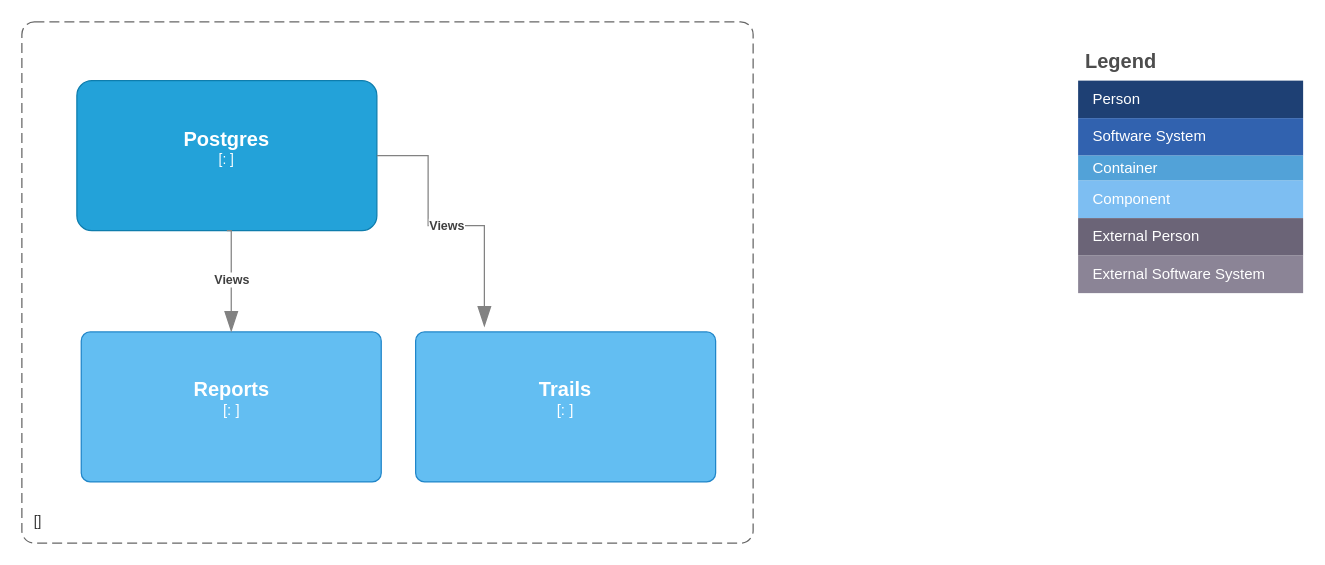
Before: docs/C4/postgresomponent-C4.drawio in bartelsjoshuac/Corduroy, a draw.io diagram. Source tidied: cells renumbered, new cells numbered last; positions are measured from the earlier drawing's top-left corner, leaving out a move shared by most shapes. Both pictures are drawn from the tidied source at 125%, with x=0, y=0 at pixel (21, 21).
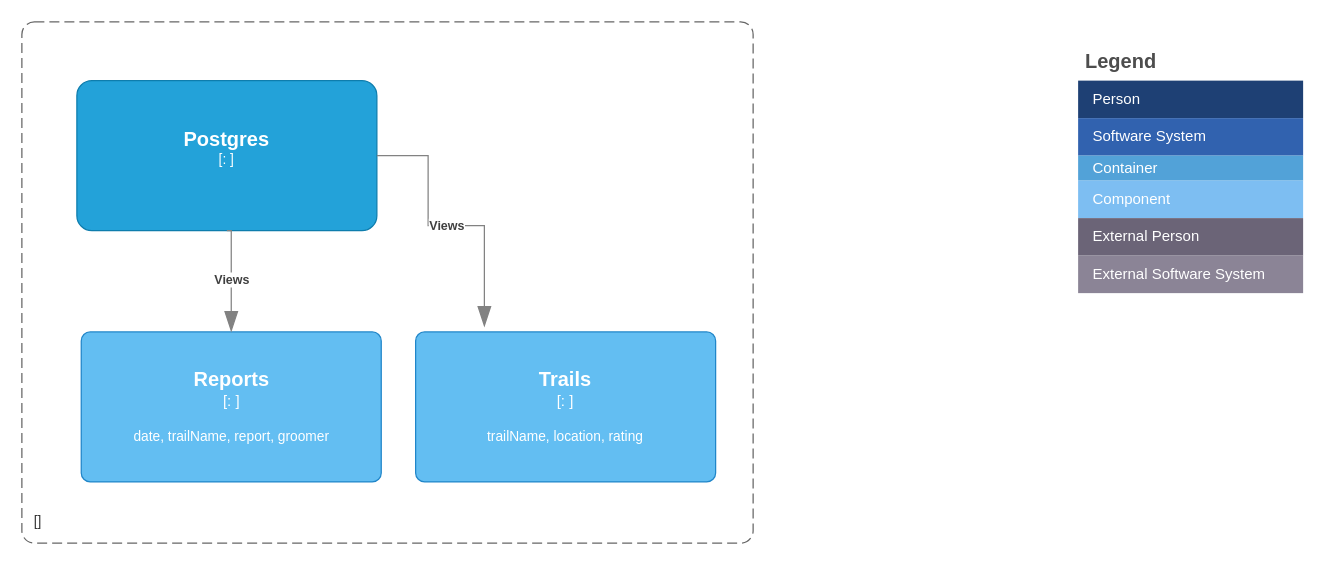
The same page after the edit.

Change to the diagram source:
```diff
@@
-    <object id="17" label="&lt;font style=&quot;font-size: 16px&quot;&gt;&lt;b&gt;%c4Name%&lt;/b&gt;&lt;/font&gt;&lt;div&gt;[%c4Type%: %c4Technology%]&lt;/div&gt;&lt;br&gt;&lt;div&gt;&lt;font style=&quot;font-size: 11px&quot;&gt;%c4Description%&lt;/font&gt;&lt;/div&gt;" c4Description="" c4Name="Reports" c4Technology="" c4Type="" placeholders="1">
+    <object id="17" label="&lt;font style=&quot;font-size: 16px&quot;&gt;&lt;b&gt;%c4Name%&lt;/b&gt;&lt;/font&gt;&lt;div&gt;[%c4Type%: %c4Technology%]&lt;/div&gt;&lt;br&gt;&lt;div&gt;&lt;font style=&quot;font-size: 11px&quot;&gt;%c4Description%&lt;/font&gt;&lt;/div&gt;" c4Description="date, trailName, report, groomer" c4Name="Reports" c4Technology="" c4Type="" placeholders="1">
       <mxCell style="rounded=1;whiteSpace=wrap;html=1;labelBackgroundColor=none;fillColor=#63BEF2;fontColor=#ffffff;align=center;arcSize=6;strokeColor=#2086C9;points=[[0.25,0,0],[0.5,0,0],[0.75,0,0],[1,0.25,0],[1,0.5,0],[1,0.75,0],[0.75,1,0],[0.5,1,0],[0.25,1,0],[0,0.75,0],[0,0.5,0],[0,0.25,0]];" parent="1" vertex="1">
         <mxGeometry x="47.5" y="248" width="240" height="120" as="geometry" />
       </mxCell>
     </object>
@@
-    <object id="19" label="&lt;font style=&quot;font-size: 16px&quot;&gt;&lt;b&gt;%c4Name%&lt;/b&gt;&lt;/font&gt;&lt;div&gt;[%c4Type%: %c4Technology%]&lt;/div&gt;&lt;br&gt;&lt;div&gt;&lt;font style=&quot;font-size: 11px&quot;&gt;%c4Description%&lt;/font&gt;&lt;/div&gt;" c4Description="" c4Name="Trails" c4Technology="" c4Type="" placeholders="1">
+    <object id="19" label="&lt;font style=&quot;font-size: 16px&quot;&gt;&lt;b&gt;%c4Name%&lt;/b&gt;&lt;/font&gt;&lt;div&gt;[%c4Type%: %c4Technology%]&lt;/div&gt;&lt;br&gt;&lt;div&gt;&lt;font style=&quot;font-size: 11px&quot;&gt;%c4Description%&lt;/font&gt;&lt;/div&gt;" c4Description="trailName, location, rating" c4Name="Trails" c4Technology="" c4Type="" placeholders="1">
       <mxCell style="rounded=1;whiteSpace=wrap;html=1;labelBackgroundColor=none;fillColor=#63BEF2;fontColor=#ffffff;align=center;arcSize=6;strokeColor=#2086C9;" parent="1" vertex="1">
         <mxGeometry x="315" y="248" width="240" height="120" as="geometry" />
       </mxCell>
     </object>
```
